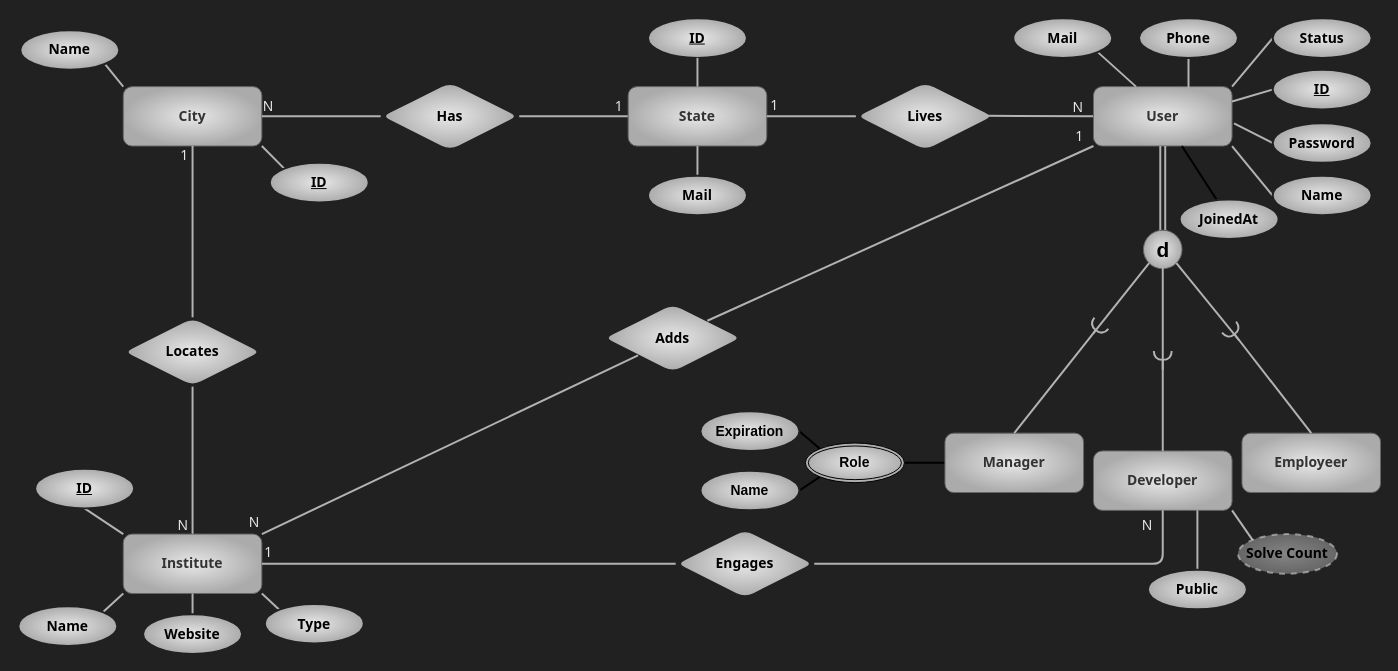
Earlier version of the draw.io diagram page "authentication" (3 of 5) of assets/er.drawio (kntu-db/quera-norm). Source tidied: cells renumbered, new cells numbered last; positions are measured from the earlier drawing's top-left corner, leaving out a move shared by most shapes. Both pictures are drawn from the tidied source at 99%, with x=0, y=0 at pixel (18, 18).
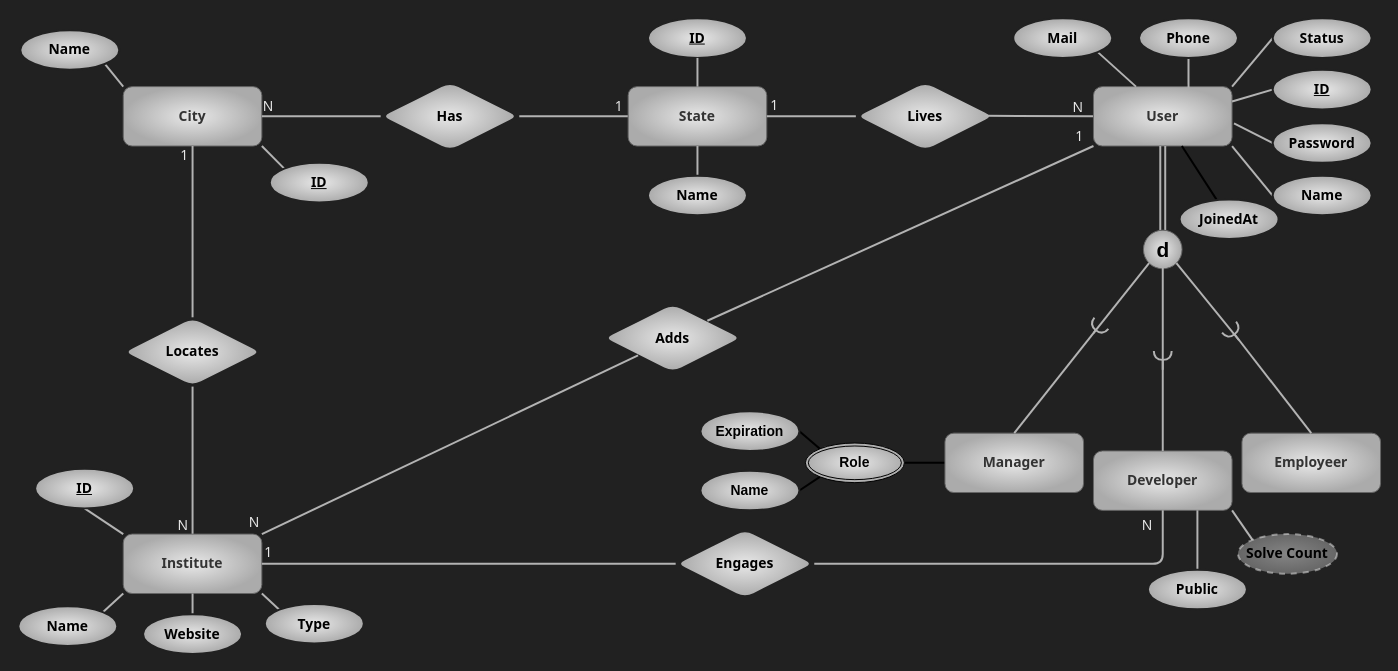
After the change.

Change to the diagram source:
```diff
@@
-    <mxCell id="75" value="Mail" style="ellipse;whiteSpace=wrap;html=1;align=center;rounded=1;labelBackgroundColor=none;fontFamily=Tahoma;fontSize=14;fontColor=#000000;strokeColor=#212121;strokeWidth=2;fillColor=#E8E8E8;gradientColor=#ABABAB;gradientDirection=radial;fontStyle=1;" parent="1" vertex="1">
+    <mxCell id="75" value="Name" style="ellipse;whiteSpace=wrap;html=1;align=center;rounded=1;labelBackgroundColor=none;fontFamily=Tahoma;fontSize=14;fontColor=#000000;strokeColor=#212121;strokeWidth=2;fillColor=#E8E8E8;gradientColor=#ABABAB;gradientDirection=radial;fontStyle=1;" parent="1" vertex="1">
       <mxGeometry x="636" y="159" width="100" height="40" as="geometry" />
     </mxCell>
```
